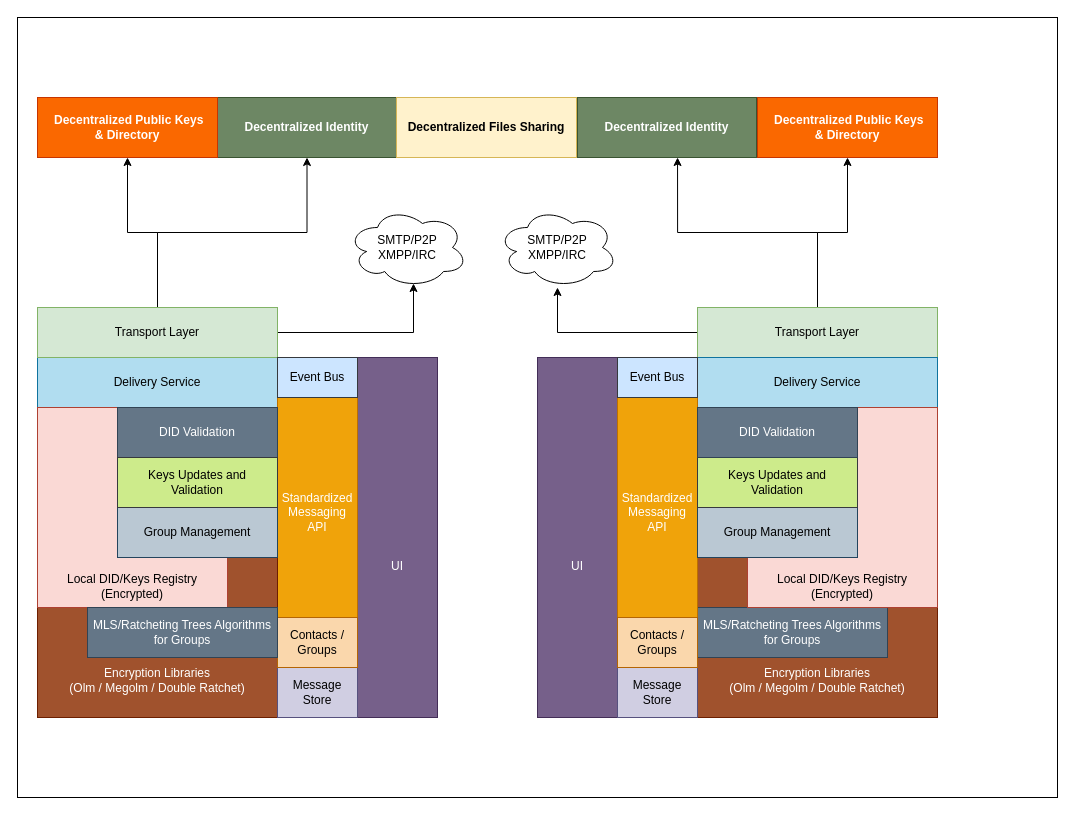
Before: page "layers" (4 of 4) of Messaging end-to-end.drawio in bhatti/Aeron, a draw.io diagram. Source tidied: cells renumbered, new cells numbered last; positions are measured from the earlier drawing's top-left corner, leaving out a move shared by most shapes. Both pictures are drawn from the tidied source at 100%, with x=0, y=0 at pixel (17, 17).
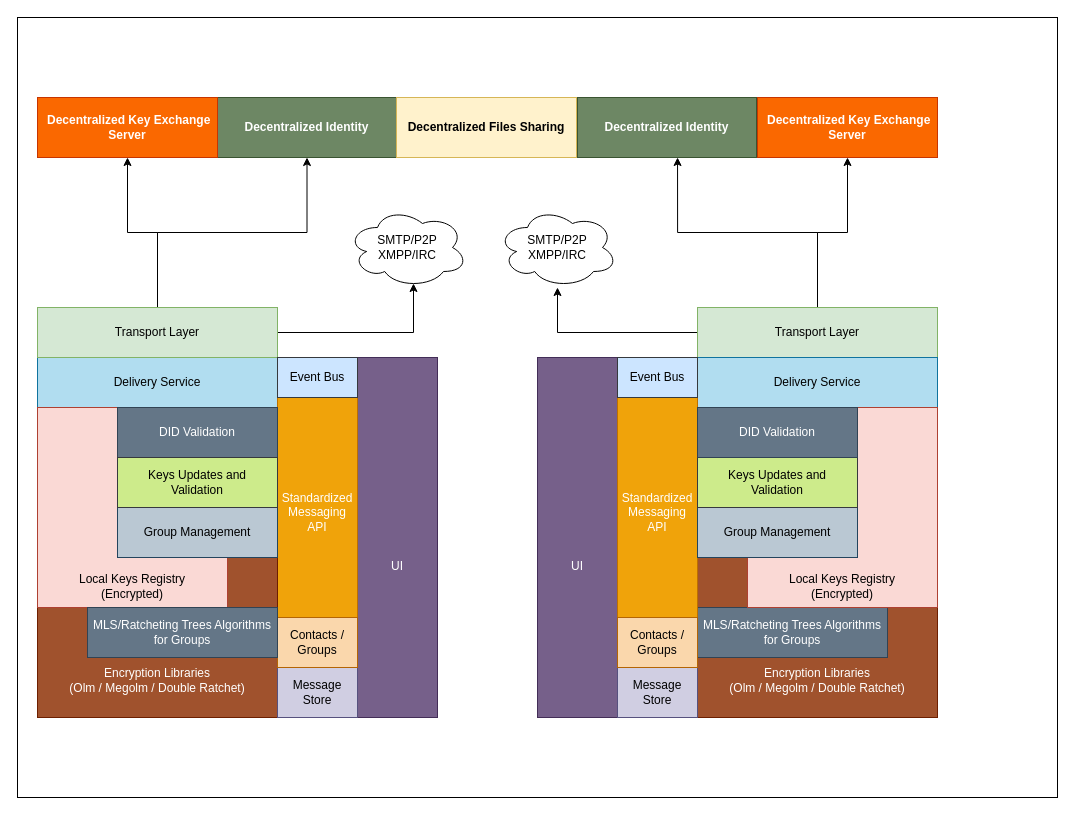
Above is the later version.

Change to the diagram source:
```diff
@@
-    <mxCell id="7" value="&lt;b&gt;&amp;nbsp;Decentralized Public Keys&lt;br&gt; &amp;amp; Directory&lt;/b&gt;" style="rounded=0;whiteSpace=wrap;html=1;fillColor=#fa6800;strokeColor=#C73500;fontColor=#ffffff;" parent="1" vertex="1">
+    <mxCell id="7" value="&lt;b&gt;&amp;nbsp;Decentralized Key Exchange&lt;br&gt;Server&lt;/b&gt;" style="rounded=0;whiteSpace=wrap;html=1;fillColor=#fa6800;strokeColor=#C73500;fontColor=#ffffff;" parent="1" vertex="1">
       <mxGeometry x="740" y="80" width="180" height="60" as="geometry" />
     </mxCell>
@@
-    <mxCell id="24" value="&lt;b&gt;&amp;nbsp;Decentralized Public Keys&lt;br&gt; &amp;amp; Directory&lt;/b&gt;" style="rounded=0;whiteSpace=wrap;html=1;fillColor=#fa6800;strokeColor=#C73500;fontColor=#ffffff;" parent="1" vertex="1">
+    <mxCell id="24" value="&lt;b&gt;&amp;nbsp;Decentralized Key Exchange&lt;br&gt;Server&lt;/b&gt;" style="rounded=0;whiteSpace=wrap;html=1;fillColor=#fa6800;strokeColor=#C73500;fontColor=#ffffff;" parent="1" vertex="1">
       <mxGeometry x="20" y="80" width="180" height="60" as="geometry" />
     </mxCell>
@@
-    <mxCell id="28" value="&lt;div&gt;&lt;br&gt;&lt;/div&gt;&lt;div&gt;&lt;br&gt;&lt;/div&gt;&lt;div&gt;&lt;br&gt;&lt;/div&gt;&lt;div&gt;&lt;br&gt;&lt;/div&gt;&lt;div&gt;&lt;br&gt;&lt;/div&gt;&lt;div&gt;&lt;br&gt;&lt;/div&gt;&lt;div&gt;&lt;br&gt;&lt;/div&gt;&lt;div&gt;&lt;br&gt;&lt;/div&gt;&lt;div&gt;&lt;br&gt;&lt;/div&gt;&lt;div&gt;&lt;br&gt;&lt;/div&gt;&lt;div&gt;&lt;br&gt;&lt;/div&gt;&lt;div&gt;Local DID/Keys Registry&lt;br&gt;(Encrypted)&lt;br&gt;&lt;/div&gt;" style="rounded=0;whiteSpace=wrap;html=1;fillColor=#fad9d5;strokeColor=#ae4132;" parent="1" vertex="1">
+    <mxCell id="28" value="&lt;div&gt;&lt;br&gt;&lt;/div&gt;&lt;div&gt;&lt;br&gt;&lt;/div&gt;&lt;div&gt;&lt;br&gt;&lt;/div&gt;&lt;div&gt;&lt;br&gt;&lt;/div&gt;&lt;div&gt;&lt;br&gt;&lt;/div&gt;&lt;div&gt;&lt;br&gt;&lt;/div&gt;&lt;div&gt;&lt;br&gt;&lt;/div&gt;&lt;div&gt;&lt;br&gt;&lt;/div&gt;&lt;div&gt;&lt;br&gt;&lt;/div&gt;&lt;div&gt;&lt;br&gt;&lt;/div&gt;&lt;div&gt;&lt;br&gt;&lt;/div&gt;&lt;div&gt;Local Keys Registry&lt;br&gt;(Encrypted)&lt;br&gt;&lt;/div&gt;" style="rounded=0;whiteSpace=wrap;html=1;fillColor=#fad9d5;strokeColor=#ae4132;" parent="1" vertex="1">
       <mxGeometry x="730" y="390" width="190" height="200" as="geometry" />
     </mxCell>
@@
-    <mxCell id="32" value="&lt;div&gt;&lt;br&gt;&lt;/div&gt;&lt;div&gt;&lt;br&gt;&lt;/div&gt;&lt;div&gt;&lt;br&gt;&lt;/div&gt;&lt;div&gt;&lt;br&gt;&lt;/div&gt;&lt;div&gt;&lt;br&gt;&lt;/div&gt;&lt;div&gt;&lt;br&gt;&lt;/div&gt;&lt;div&gt;&lt;br&gt;&lt;/div&gt;&lt;div&gt;&lt;br&gt;&lt;/div&gt;&lt;div&gt;&lt;br&gt;&lt;/div&gt;&lt;div&gt;&lt;br&gt;&lt;/div&gt;&lt;div&gt;&lt;br&gt;&lt;/div&gt;&lt;div&gt;Local DID/Keys Registry&lt;br&gt;(Encrypted)&lt;br&gt;&lt;/div&gt;" style="rounded=0;whiteSpace=wrap;html=1;fillColor=#fad9d5;strokeColor=#ae4132;" parent="1" vertex="1">
+    <mxCell id="32" value="&lt;div&gt;&lt;br&gt;&lt;/div&gt;&lt;div&gt;&lt;br&gt;&lt;/div&gt;&lt;div&gt;&lt;br&gt;&lt;/div&gt;&lt;div&gt;&lt;br&gt;&lt;/div&gt;&lt;div&gt;&lt;br&gt;&lt;/div&gt;&lt;div&gt;&lt;br&gt;&lt;/div&gt;&lt;div&gt;&lt;br&gt;&lt;/div&gt;&lt;div&gt;&lt;br&gt;&lt;/div&gt;&lt;div&gt;&lt;br&gt;&lt;/div&gt;&lt;div&gt;&lt;br&gt;&lt;/div&gt;&lt;div&gt;&lt;br&gt;&lt;/div&gt;&lt;div&gt;Local Keys Registry&lt;br&gt;(Encrypted)&lt;br&gt;&lt;/div&gt;" style="rounded=0;whiteSpace=wrap;html=1;fillColor=#fad9d5;strokeColor=#ae4132;" parent="1" vertex="1">
       <mxGeometry x="20" y="390" width="190" height="200" as="geometry" />
     </mxCell>
```
